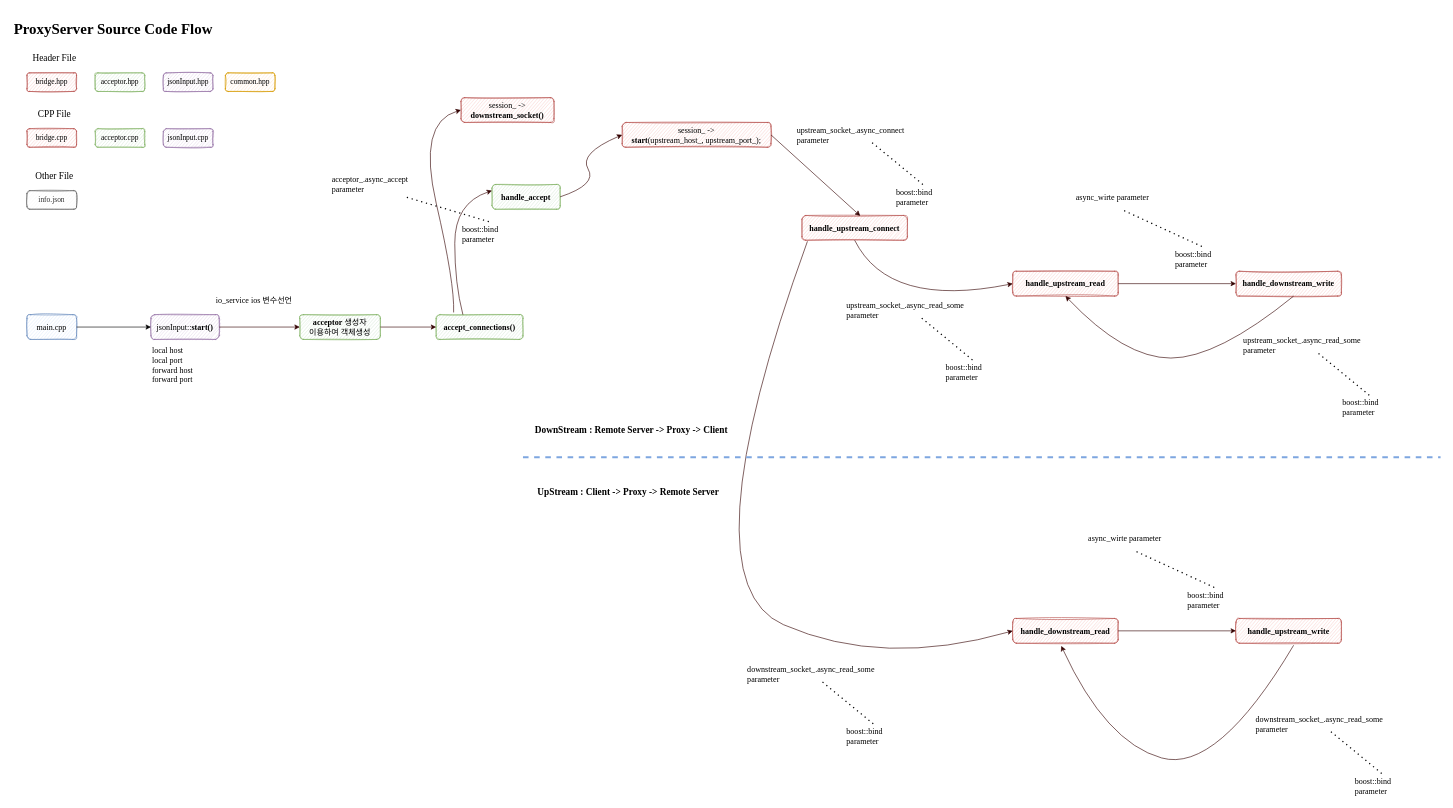
Earlier version of the draw.io diagram SourceCodeFlow.drawio (dudpray0220/C-ProxyServer). Source tidied: cells renumbered, new cells numbered last; positions are measured from the earlier drawing's top-left corner, leaving out a move shared by most shapes. Both pictures are drawn from the tidied source at 62%, with x=0, y=0 at pixel (11, 17).
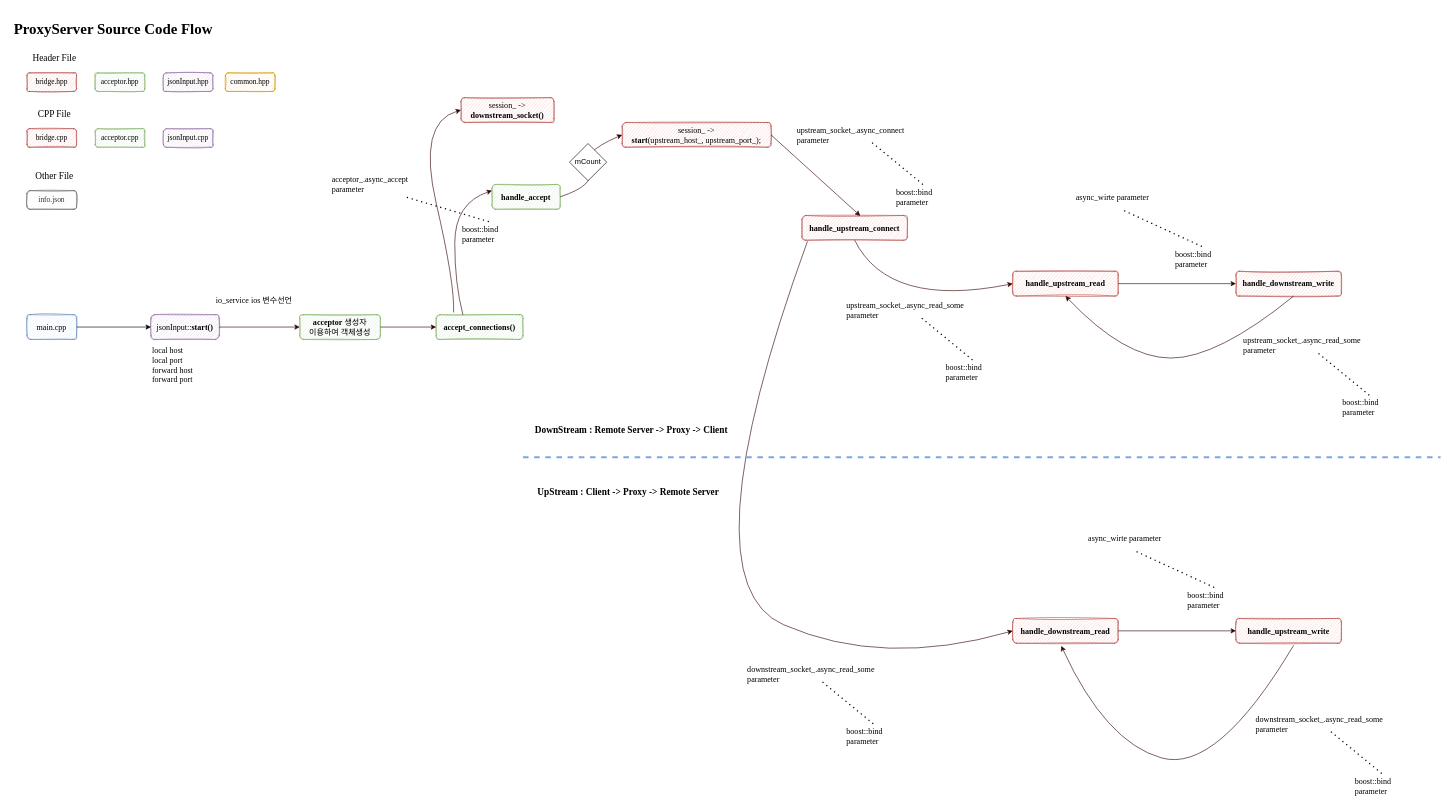
The same page after the edit.

The edit, as a diff of the source:
```diff
@@
+    <mxCell id="68" value="mCount" style="rhombus;whiteSpace=wrap;html=1;" parent="1" vertex="1">
+      <mxGeometry x="901" y="204" width="60" height="60" as="geometry" />
+    </mxCell>
```
